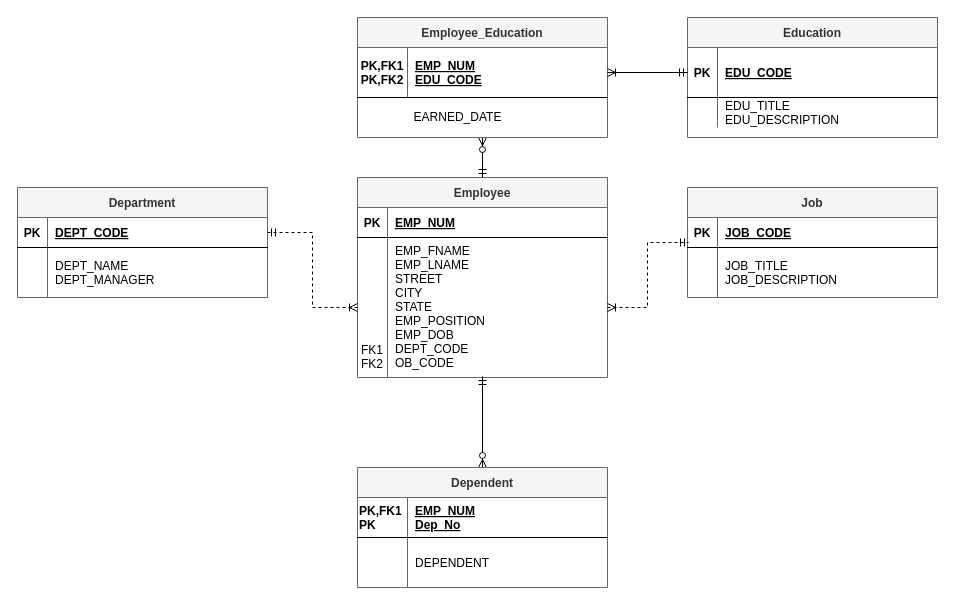
Earlier version of the draw.io diagram page "ERD" (1 of 2) of Prac1/Prac1.drawio (pscompsci/SIT103-Data-and-Information-Management). Source tidied: cells renumbered, new cells numbered last; positions are measured from the earlier drawing's top-left corner, leaving out a move shared by most shapes. Both pictures are drawn from the tidied source at 100%, with x=0, y=0 at pixel (17, 17).
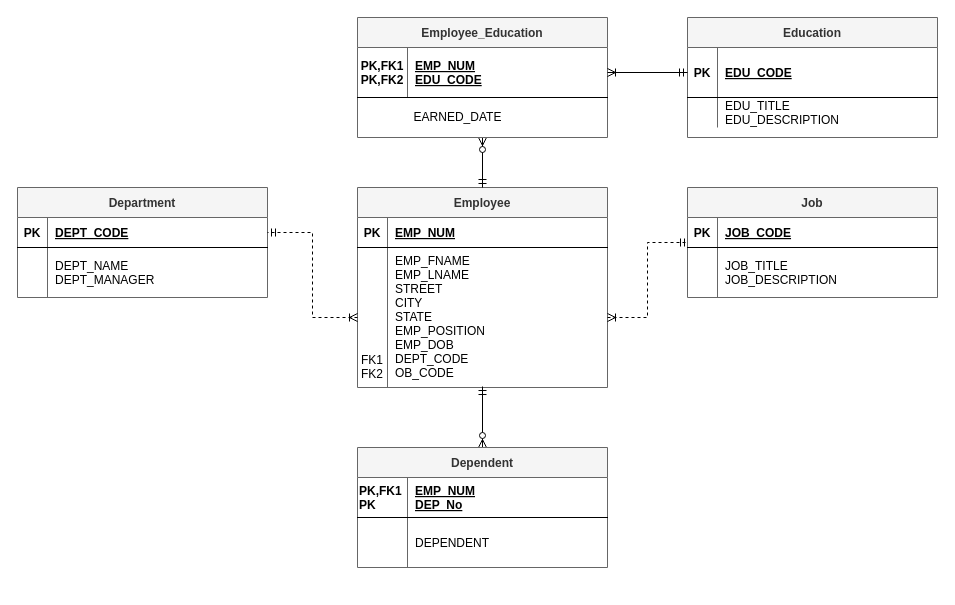
The same page after the edit.

The change refers to these unchanged cells:
```xml
<mxCell id="41" style="shape=partialRectangle;fillColor=none;top=0;left=0;right=0;bottom=1;" parent="40" vertex="1">
  <mxGeometry y="30" width="250" height="40" as="geometry" />
</mxCell>
```

Diff of the diagram source:
```diff
@@
     <mxCell id="9" value="Employee" style="shape=table;startSize=30;childLayout=tableLayout;rowLines=0;fontStyle=1;align=center;fillColor=#f5f5f5;strokeColor=#666666;fontColor=#333333;" parent="1" vertex="1">
-      <mxGeometry x="340" y="160" width="250" height="200" as="geometry" />
+      <mxGeometry x="340" y="170" width="250" height="200" as="geometry" />
     </mxCell>
@@
     <mxCell id="40" value="Dependent" style="shape=table;startSize=30;childLayout=tableLayout;rowLines=0;fontStyle=1;align=center;fillColor=#f5f5f5;strokeColor=#666666;fontColor=#333333;" parent="1" vertex="1">
-      <mxGeometry x="340" y="450" width="250" height="120" as="geometry" />
+      <mxGeometry x="340" y="430" width="250" height="120" as="geometry" />
     </mxCell>
@@
-    <mxCell id="43" value="EMP_NUM&#10;Dep_No" style="shape=partialRectangle;overflow=hidden;fillColor=none;top=0;left=0;bottom=0;right=0;align=left;spacingLeft=6;fontStyle=5;" parent="41" vertex="1">
+    <mxCell id="43" value="EMP_NUM&#10;DEP_No" style="shape=partialRectangle;overflow=hidden;fillColor=none;top=0;left=0;bottom=0;right=0;align=left;spacingLeft=6;fontStyle=5;" parent="41" vertex="1">
       <mxGeometry x="50" width="200" height="40" as="geometry" />
     </mxCell>
```
